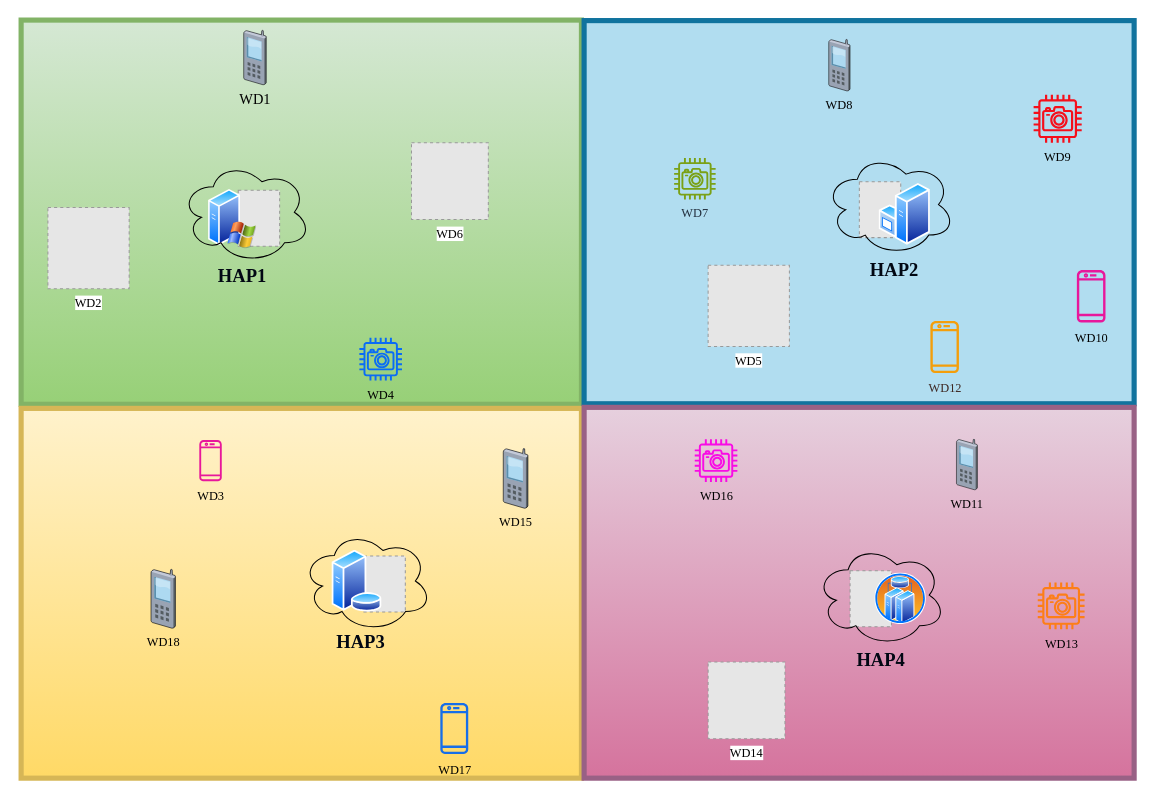
Before: page "第 2 页" (2 of 12) of server/multi_devices_distrubution.drawio in lxl0915/Intelligent_Housekeeper, a draw.io diagram. Source tidied: cells renumbered, new cells numbered last; positions are measured from the earlier drawing's top-left corner, leaving out a move shared by most shapes. Both pictures are drawn from the tidied source at 103%, with x=0, y=0 at pixel (21, 20). Pictures stored in the file or linked from it are replaced by grey dashed boxes.
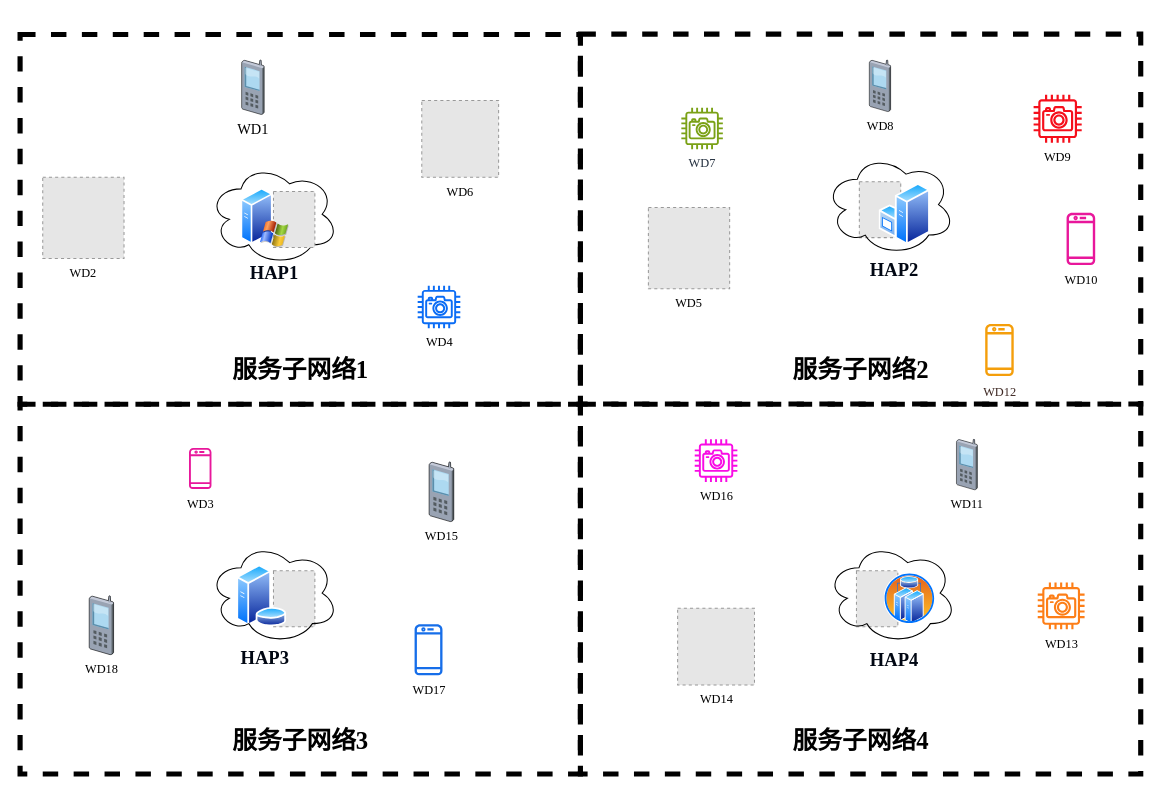
Above is the later version.

What changed in the source:
```diff
@@
-    <mxCell id="2" style="rounded=0;whiteSpace=wrap;html=1;strokeColor=#82b366;fillColor=#d5e8d4;strokeWidth=5;gradientColor=#97d077;" parent="1" vertex="1">
-      <mxGeometry width="544" height="373" as="geometry" />
-    </mxCell>
-    <mxCell id="3" style="rounded=0;whiteSpace=wrap;html=1;strokeColor=#10739e;fillColor=#b1ddf0;strokeWidth=5;" parent="1" vertex="1">
-      <mxGeometry x="546.6" y="0.5" width="534" height="372" as="geometry" />
-    </mxCell>
-    <mxCell id="4" style="rounded=0;whiteSpace=wrap;html=1;strokeColor=#d6b656;fillColor=#fff2cc;strokeWidth=5;gradientColor=#ffd966;" parent="1" vertex="1">
-      <mxGeometry y="377" width="544" height="359" as="geometry" />
+    <mxCell id="4" style="rounded=0;whiteSpace=wrap;html=1;strokeColor=default;fillColor=none;strokeWidth=5;gradientColor=#ffd966;dashed=1;" parent="1" vertex="1">
+      <mxGeometry x="-1" y="373" width="544" height="359" as="geometry" />
     </mxCell>
-    <mxCell id="5" style="rounded=0;whiteSpace=wrap;html=1;strokeColor=#996185;fillColor=#e6d0de;strokeWidth=5;gradientColor=#d5739d;" parent="1" vertex="1">
-      <mxGeometry x="546.6" y="376" width="534" height="360" as="geometry" />
-    </mxCell>
+    <mxCell id="16" style="ellipse;shape=cloud;whiteSpace=wrap;html=1;fillColor=none;fontFamily=Times New Roman;" parent="1" vertex="1">
+      <mxGeometry x="182" y="139.2" width="126" height="98.7" as="geometry" />
+    </mxCell>
+    <mxCell id="40" style="rounded=0;whiteSpace=wrap;html=1;strokeColor=default;fillColor=none;strokeWidth=5;gradientColor=#ffd966;dashed=1;" parent="1" vertex="1">
+      <mxGeometry x="543" y="373" width="544" height="359" as="geometry" />
+    </mxCell>
+    <mxCell id="41" style="rounded=0;whiteSpace=wrap;html=1;strokeColor=default;fillColor=none;strokeWidth=5;gradientColor=#ffd966;dashed=1;" parent="1" vertex="1">
+      <mxGeometry x="543" y="13.7" width="544" height="359" as="geometry" />
+    </mxCell>
+    <mxCell id="42" style="rounded=0;whiteSpace=wrap;html=1;strokeColor=default;fillColor=none;strokeWidth=5;gradientColor=#ffd966;dashed=1;" parent="1" vertex="1">
+      <mxGeometry x="-1" y="14" width="544" height="359" as="geometry" />
+    </mxCell>
     <mxCell id="6" style="fillColor=#E6E6E6;strokeColor=#999999;dashed=1;verticalLabelPosition=bottom;labelBackgroundColor=default;verticalAlign=top;fontFamily=Times New Roman;" parent="1" vertex="1">
-      <mxGeometry x="210.8" y="165.2" width="40.2" height="54.3" as="geometry" />
+      <mxGeometry x="245" y="166.4" width="40.2" height="54.3" as="geometry" />
     </mxCell>
     <mxCell id="7" style="image;perimeter=ellipsePerimeter;html=1;align=center;shadow=0;dashed=0;spacingTop=3;image=img/lib/active_directory/windows_server_2.svg;imageBackground=none;fontFamily=Times New Roman;" parent="1" vertex="1">
-      <mxGeometry x="182" y="163.9" width="46.9" height="58.6" as="geometry" />
+      <mxGeometry x="213.6" y="162.8" width="46.9" height="58.6" as="geometry" />
     </mxCell>
     <mxCell id="8" value="WD10" style="sketch=0;gradientColor=none;fillColor=#e8179b;strokeColor=#996185;dashed=0;verticalLabelPosition=bottom;verticalAlign=top;align=center;html=1;fontSize=12;fontStyle=0;shape=mxgraph.aws4.mobile_client;fontFamily=Times New Roman;" parent="1" vertex="1">
-      <mxGeometry x="1025" y="241.7" width="27.8" height="52.9" as="geometry" />
+      <mxGeometry x="1015" y="186" width="27.8" height="52.9" as="geometry" />
     </mxCell>
@@
     <mxCell id="10" value="WD7" style="sketch=0;fontColor=#232F3E;gradientColor=none;fillColor=#7AA116;strokeColor=none;dashed=0;verticalLabelPosition=bottom;verticalAlign=top;align=center;html=1;fontSize=12;fontStyle=0;shape=mxgraph.aws4.camera;fontFamily=Times New Roman;" parent="1" vertex="1">
-      <mxGeometry x="634" y="134" width="40.3" height="40.3" as="geometry" />
+      <mxGeometry x="641" y="85" width="40.3" height="40.3" as="geometry" />
     </mxCell>
@@
     <mxCell id="13" value="WD12" style="sketch=0;fontColor=#3e2823;gradientColor=none;fillColor=#f49e0b;strokeColor=none;dashed=0;verticalLabelPosition=bottom;verticalAlign=top;align=center;html=1;fontSize=12;fontStyle=0;shape=mxgraph.aws4.mobile_client;fontFamily=Times New Roman;" parent="1" vertex="1">
-      <mxGeometry x="882.8" y="291" width="27.7" height="52.7" as="geometry" />
+      <mxGeometry x="936" y="294" width="27.7" height="52.7" as="geometry" />
     </mxCell>
     <mxCell id="14" value="WD17" style="sketch=0;gradientColor=none;fillColor=#166ee9;strokeColor=#6c8ebf;dashed=0;verticalLabelPosition=bottom;verticalAlign=top;align=center;html=1;fontSize=12;fontStyle=0;shape=mxgraph.aws4.mobile_client;fontFamily=Times New Roman;" parent="1" vertex="1">
-      <mxGeometry x="407" y="662" width="27.1" height="51.5" as="geometry" />
+      <mxGeometry x="382" y="585.6" width="27.1" height="51.5" as="geometry" />
     </mxCell>
     <mxCell id="15" value="WD2" style="fillColor=#E6E6E6;strokeColor=#999999;dashed=1;html=1;verticalAlign=top;verticalLabelPosition=bottom;labelBackgroundColor=#ffffff;fontFamily=Times New Roman;" parent="1" vertex="1">
-      <mxGeometry x="26" y="182" width="78.9" height="78.9" as="geometry" />
+      <mxGeometry x="21" y="152.6" width="78.9" height="78.9" as="geometry" />
     </mxCell>
-    <mxCell id="16" style="ellipse;shape=cloud;whiteSpace=wrap;html=1;fillColor=none;fontFamily=Times New Roman;" parent="1" vertex="1">
-      <mxGeometry x="155" y="137.2" width="126" height="98.7" as="geometry" />
-    </mxCell>
     <mxCell id="17" value="WD6" style="fillColor=#E6E6E6;strokeColor=#999999;dashed=1;html=1;verticalAlign=top;verticalLabelPosition=bottom;labelBackgroundColor=#ffffff;fontFamily=Times New Roman;" parent="1" vertex="1">
-      <mxGeometry x="379" y="119.1" width="74.6" height="74.6" as="geometry" />
+      <mxGeometry x="389" y="78" width="74.6" height="74.6" as="geometry" />
     </mxCell>
     <mxCell id="18" value="WD4" style="sketch=0;gradientColor=none;fillColor=#0a6cf5;strokeColor=#0e71fb;dashed=0;verticalLabelPosition=bottom;verticalAlign=top;align=center;html=1;fontSize=12;fontStyle=0;shape=mxgraph.aws4.camera;fontFamily=Times New Roman;" parent="1" vertex="1">
-      <mxGeometry x="328.4" y="308.5" width="41.4" height="41.4" as="geometry" />
+      <mxGeometry x="385" y="257.9" width="41.4" height="41.4" as="geometry" />
     </mxCell>
     <mxCell id="19" value="&lt;font style=&quot;font-size: 14px;&quot;&gt;WD1&lt;/font&gt;" style="verticalLabelPosition=bottom;sketch=0;html=1;verticalAlign=top;align=center;shape=mxgraph.citrix.cell_phone;fillColor=#fad7ac;strokeColor=#b46504;fontFamily=Times New Roman;" parent="1" vertex="1">
-      <mxGeometry x="216" y="10" width="22" height="52.8" as="geometry" />
+      <mxGeometry x="214" y="38.8" width="22" height="52.8" as="geometry" />
     </mxCell>
     <mxCell id="20" value="WD15" style="verticalLabelPosition=bottom;sketch=0;html=1;verticalAlign=top;align=center;shape=mxgraph.citrix.cell_phone;fillColor=#fad7ac;strokeColor=#b46504;fontFamily=Times New Roman;" parent="1" vertex="1">
-      <mxGeometry x="468" y="416" width="24.1" height="57.9" as="geometry" />
+      <mxGeometry x="396" y="429" width="24.1" height="57.9" as="geometry" />
     </mxCell>
     <mxCell id="21" value="WD3" style="sketch=0;gradientColor=none;fillColor=#e8179b;strokeColor=#996185;dashed=0;verticalLabelPosition=bottom;verticalAlign=top;align=center;html=1;fontSize=12;fontStyle=0;shape=mxgraph.aws4.mobile_client;fontFamily=Times New Roman;" parent="1" vertex="1">
-      <mxGeometry x="173" y="407" width="21.8" height="41.4" as="geometry" />
+      <mxGeometry x="163" y="414.6" width="21.8" height="41.4" as="geometry" />
     </mxCell>
     <mxCell id="22" value="WD18" style="verticalLabelPosition=bottom;sketch=0;html=1;verticalAlign=top;align=center;shape=mxgraph.citrix.cell_phone;fillColor=#fad7ac;strokeColor=#b46504;fontFamily=Times New Roman;" parent="1" vertex="1">
-      <mxGeometry x="126" y="533.3" width="23.8" height="57.1" as="geometry" />
+      <mxGeometry x="66" y="559" width="23.8" height="57.1" as="geometry" />
     </mxCell>
     <mxCell id="23" value="WD5" style="fillColor=#E6E6E6;strokeColor=#999999;dashed=1;html=1;verticalAlign=top;verticalLabelPosition=bottom;labelBackgroundColor=#ffffff;fontFamily=Times New Roman;" parent="1" vertex="1">
-      <mxGeometry x="667" y="238" width="78.9" height="78.9" as="geometry" />
+      <mxGeometry x="609" y="182" width="78.9" height="78.9" as="geometry" />
     </mxCell>
     <mxCell id="24" value="WD8" style="verticalLabelPosition=bottom;sketch=0;html=1;verticalAlign=top;align=center;shape=mxgraph.citrix.cell_phone;fillColor=#fad7ac;strokeColor=#b46504;fontFamily=Times New Roman;" parent="1" vertex="1">
-      <mxGeometry x="784" y="18.8" width="20.8" height="50" as="geometry" />
+      <mxGeometry x="823.4" y="38.8" width="20.8" height="50" as="geometry" />
     </mxCell>
     <mxCell id="25" style="fillColor=#E6E6E6;strokeColor=#999999;dashed=1;verticalLabelPosition=bottom;labelBackgroundColor=default;verticalAlign=top;fontFamily=Times New Roman;" parent="1" vertex="1">
-      <mxGeometry x="332.8" y="520.3" width="40.2" height="54.3" as="geometry" />
+      <mxGeometry x="245" y="534.7" width="40.2" height="54.3" as="geometry" />
     </mxCell>
     <mxCell id="26" style="fillColor=#E6E6E6;strokeColor=#999999;dashed=1;verticalLabelPosition=bottom;labelBackgroundColor=default;verticalAlign=top;fontFamily=Times New Roman;" parent="1" vertex="1">
-      <mxGeometry x="804.8" y="534.7" width="40.2" height="54.3" as="geometry" />
+      <mxGeometry x="811" y="534.7" width="40.2" height="54.3" as="geometry" />
     </mxCell>
@@
     <mxCell id="29" style="image;perimeter=ellipsePerimeter;html=1;align=center;shadow=0;dashed=0;spacingTop=3;image=img/lib/active_directory/database_server.svg;fontFamily=Times New Roman;" parent="1" vertex="1">
-      <mxGeometry x="301.5" y="514.6" width="49.2" height="60" as="geometry" />
+      <mxGeometry x="209" y="529" width="49.2" height="60" as="geometry" />
     </mxCell>
     <mxCell id="30" style="image;perimeter=ellipsePerimeter;html=1;align=center;shadow=0;dashed=0;spacingTop=3;image=img/lib/active_directory/cluster_server.svg;fontFamily=Times New Roman;" parent="1" vertex="1">
-      <mxGeometry x="828.9" y="536.9" width="50" height="50" as="geometry" />
+      <mxGeometry x="837.9" y="536.9" width="50" height="50" as="geometry" />
     </mxCell>
-    <mxCell id="31" style="ellipse;shape=cloud;whiteSpace=wrap;html=1;fillColor=none;fontFamily=Times New Roman;" parent="1" vertex="1">
-      <mxGeometry x="272.5" y="495.2" width="126" height="98.7" as="geometry" />
-    </mxCell>
@@
-    <mxCell id="33" style="ellipse;shape=cloud;whiteSpace=wrap;html=1;fillColor=none;fontFamily=Times New Roman;" parent="1" vertex="1">
-      <mxGeometry x="771.4" y="509" width="126" height="98.7" as="geometry" />
-    </mxCell>
     <mxCell id="34" value="&lt;font style=&quot;font-size: 18px;&quot;&gt;HAP1&lt;/font&gt;" style="text;html=1;strokeColor=none;fillColor=none;align=center;verticalAlign=middle;whiteSpace=wrap;rounded=0;fontColor=#010713;fontFamily=Times New Roman;fontStyle=1;" parent="1" vertex="1">
-      <mxGeometry x="175.2" y="234.5" width="79.6" height="29.4" as="geometry" />
+      <mxGeometry x="205.6" y="231.5" width="79.6" height="29.4" as="geometry" />
     </mxCell>
@@
     <mxCell id="36" value="&lt;font style=&quot;font-size: 18px;&quot;&gt;HAP3&lt;/font&gt;" style="text;html=1;strokeColor=none;fillColor=none;align=center;verticalAlign=middle;whiteSpace=wrap;rounded=0;fontColor=#010713;fontFamily=Times New Roman;fontStyle=1;" parent="1" vertex="1">
-      <mxGeometry x="290.2" y="589" width="79.6" height="29.4" as="geometry" />
+      <mxGeometry x="197.3" y="605.7" width="79.6" height="29.4" as="geometry" />
     </mxCell>
     <mxCell id="37" value="&lt;font style=&quot;font-size: 18px;&quot;&gt;HAP4&lt;/font&gt;" style="text;html=1;strokeColor=none;fillColor=none;align=center;verticalAlign=middle;whiteSpace=wrap;rounded=0;fontColor=#010713;fontFamily=Times New Roman;fontStyle=1;" parent="1" vertex="1">
-      <mxGeometry x="794.6" y="607.7" width="79.6" height="29.4" as="geometry" />
+      <mxGeometry x="808.3" y="607.7" width="79.6" height="29.4" as="geometry" />
     </mxCell>
@@
     <mxCell id="39" value="WD14" style="fillColor=#E6E6E6;strokeColor=#999999;dashed=1;html=1;verticalAlign=top;verticalLabelPosition=bottom;labelBackgroundColor=#ffffff;fontFamily=Times New Roman;" parent="1" vertex="1">
-      <mxGeometry x="667" y="623.2" width="74.6" height="74.6" as="geometry" />
+      <mxGeometry x="637.4" y="571" width="74.6" height="74.6" as="geometry" />
     </mxCell>
+    <mxCell id="43" value="&lt;font face=&quot;Times New Roman&quot; style=&quot;font-size: 24px;&quot;&gt;&lt;b&gt;服务子网络1&lt;/b&gt;&lt;/font&gt;" style="text;html=1;strokeColor=none;fillColor=none;align=center;verticalAlign=middle;whiteSpace=wrap;rounded=0;" parent="1" vertex="1">
+      <mxGeometry x="199.5" y="325" width="143" height="30" as="geometry" />
+    </mxCell>
+    <mxCell id="44" value="&lt;font face=&quot;Times New Roman&quot; style=&quot;font-size: 24px;&quot;&gt;&lt;b&gt;服务子网络2&lt;/b&gt;&lt;/font&gt;" style="text;html=1;strokeColor=none;fillColor=none;align=center;verticalAlign=middle;whiteSpace=wrap;rounded=0;" parent="1" vertex="1">
+      <mxGeometry x="743.5" y="325" width="143" height="30" as="geometry" />
+    </mxCell>
+    <mxCell id="45" value="&lt;font face=&quot;Times New Roman&quot; style=&quot;font-size: 24px;&quot;&gt;&lt;b&gt;服务子网络3&lt;/b&gt;&lt;/font&gt;" style="text;html=1;strokeColor=none;fillColor=none;align=center;verticalAlign=middle;whiteSpace=wrap;rounded=0;" parent="1" vertex="1">
+      <mxGeometry x="199.5" y="685" width="143" height="30" as="geometry" />
+    </mxCell>
+    <mxCell id="46" value="&lt;font face=&quot;Times New Roman&quot; style=&quot;font-size: 24px;&quot;&gt;&lt;b&gt;服务子网络4&lt;/b&gt;&lt;/font&gt;" style="text;html=1;strokeColor=none;fillColor=none;align=center;verticalAlign=middle;whiteSpace=wrap;rounded=0;" parent="1" vertex="1">
+      <mxGeometry x="743.5" y="685" width="143" height="30" as="geometry" />
+    </mxCell>
+    <mxCell id="33" style="ellipse;shape=cloud;whiteSpace=wrap;html=1;fillColor=none;fontFamily=Times New Roman;" parent="1" vertex="1">
+      <mxGeometry x="782" y="507" width="126" height="98.7" as="geometry" />
+    </mxCell>
+    <mxCell id="31" style="ellipse;shape=cloud;whiteSpace=wrap;html=1;fillColor=none;fontFamily=Times New Roman;" parent="1" vertex="1">
+      <mxGeometry x="182" y="507" width="126" height="98.7" as="geometry" />
+    </mxCell>
```
